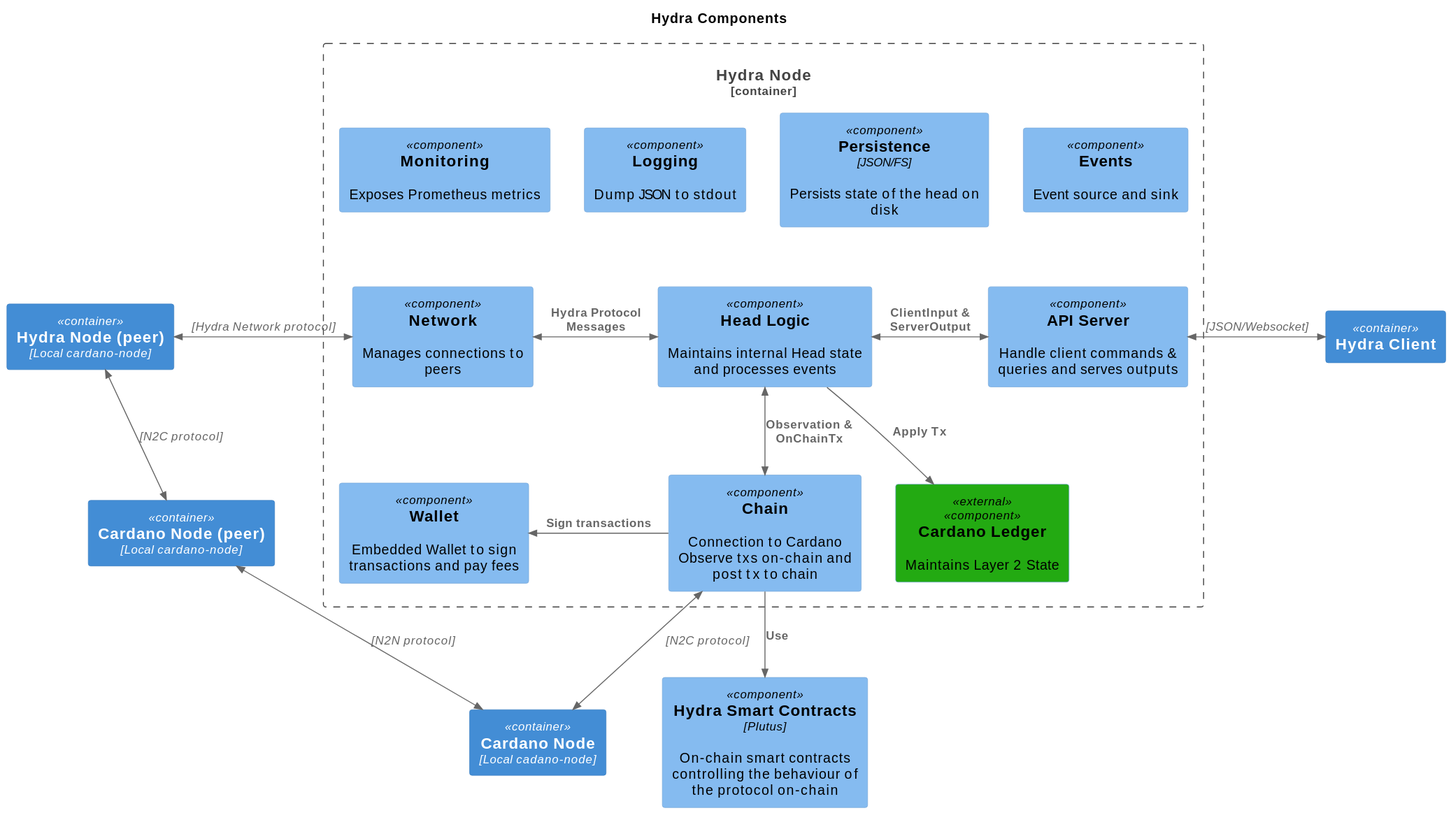
cardano-scaling/hydra keeps this PlantUML diagram as docs/docs/dev/architecture/hydra-components.svg. Above is the earlier version.
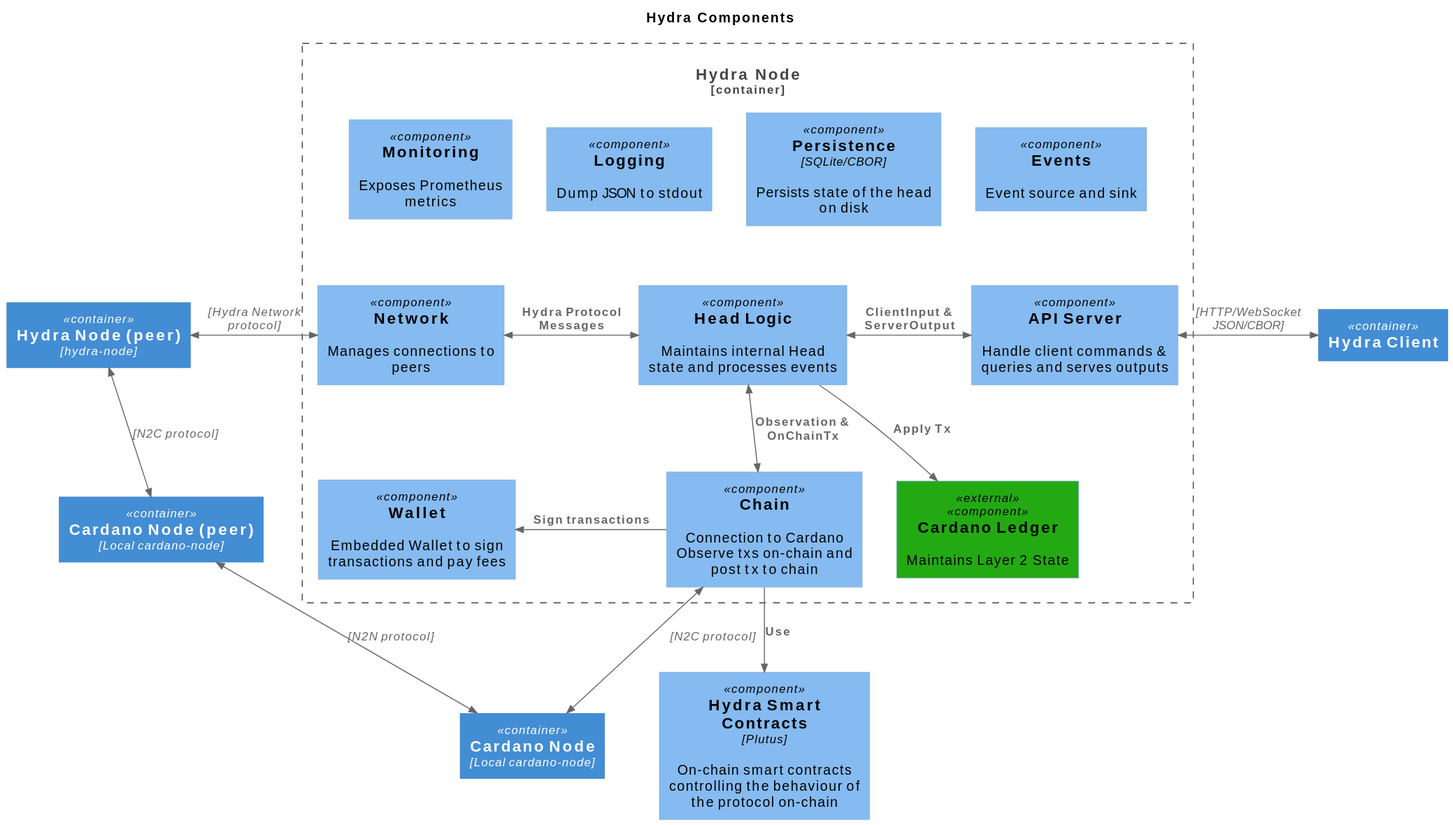
Above is the later version.

What changed in the source:
```diff
@@ -5,14 +5,14 @@
 AddElementTag("external", $bgColor="#23aa12")
 
 Container_Boundary(hydra_node, "Hydra Node") {
-   Component(events, "Events", "", "Event source and sink", $link="https://github.com/cardano-scaling/hydra/blob/master/hydra-node/src/Hydra/Events.hs")
-   Component(persistence, "Persistence", "JSON/FS", "Persists state of the head on disk", $link="https://github.com/cardano-scaling/hydra/blob/master/hydra-node/src/Hydra/Persistence.hs")
+   Component(events, "Events", "", "Event source and sink", $link="https://github.com/cardano-scaling/hydra/blob/master/libs/event-sourcing/src/Data/EventSource.hs")
+   Component(persistence, "Persistence", "SQLite/CBOR", "Persists state of the head on disk", $link="https://github.com/cardano-scaling/hydra/blob/master/libs/event-sourcing/src/Data/EventSource/SQLite.hs")
    Component(head_logic, "Head Logic", "", "Maintains internal Head state and processes events", $link="https://github.com/cardano-scaling/hydra/blob/master/hydra-node/src/Hydra/HeadLogic.hs")
    Component(api_server, "API Server", "", "Handle client commands & queries and serves outputs", $link="https://github.com/cardano-scaling/hydra/blob/master/hydra-node/src/Hydra/API/Server.hs")
    Component(chain, "Chain", "", "Connection to Cardano\nObserve txs on-chain and post tx to chain", $link="https://github.com/cardano-scaling/hydra/blob/master/hydra-node/src/Hydra/Chain.hs")
    Component(wallet, "Wallet", "", "Embedded Wallet to sign transactions and pay fees", $link="https://github.com/cardano-scaling/hydra/blob/master/hydra-node/src/Hydra/Chain/Direct/Wallet.hs")
    Component(network, "Network", "", "Manages connections to peers", $link="https://github.com/cardano-scaling/hydra/blob/master/hydra-node/src/Hydra/Network.hs")
-   Component(logging, "Logging", "", "Dump JSON to stdout", $link="https://github.com/cardano-scaling/hydra/blob/master/hydra-node/src/Hydra/Logging.hs")
+   Component(logging, "Logging", "", "Dump JSON to stdout", $link="https://github.com/cardano-scaling/hydra/blob/master/libs/contra-tracer-json/src/Control/Tracer/JSON.hs")
    Component(monitoring, "Monitoring", "", "Exposes Prometheus metrics", $link="https://github.com/cardano-scaling/hydra/blob/master/hydra-node/src/Hydra/Logging/Monitoring.hs")
    Component(ledger, "Cardano Ledger", "", "Maintains Layer 2 State", $tags="external")
 
@@ -28,8 +28,8 @@
    Rel_L(chain, wallet, "Sign transactions", "")
 }
 
-Container(hydra_node_peer, "Hydra Node (peer)", "Local cardano-node")
-Container(cardano_node, "Cardano Node", "Local cadano-node")
+Container(hydra_node_peer, "Hydra Node (peer)", "hydra-node")
+Container(cardano_node, "Cardano Node", "Local cardano-node")
 Container(cardano_node_peer, "Cardano Node (peer)", "Local cardano-node")
 Container(hydra_client, "Hydra Client", "")
 Component(smart_contracts, "Hydra Smart Contracts", "Plutus", "On-chain smart contracts controlling the behaviour of the protocol on-chain", $link="https://github.com/cardano-scaling/hydra/tree/master/hydra-plutus")
@@ -38,5 +38,5 @@
 BiRel_L(cardano_node, cardano_node_peer, "", "N2N protocol")
 BiRel(hydra_node_peer, cardano_node_peer, "", "N2C protocol")
 BiRel_L(network, hydra_node_peer, "", "Hydra Network protocol")
-BiRel_R(api_server, hydra_client, "", "JSON/Websocket")
+BiRel_R(api_server, hydra_client, "", "HTTP/WebSocket\nJSON/CBOR")
 @enduml
```
